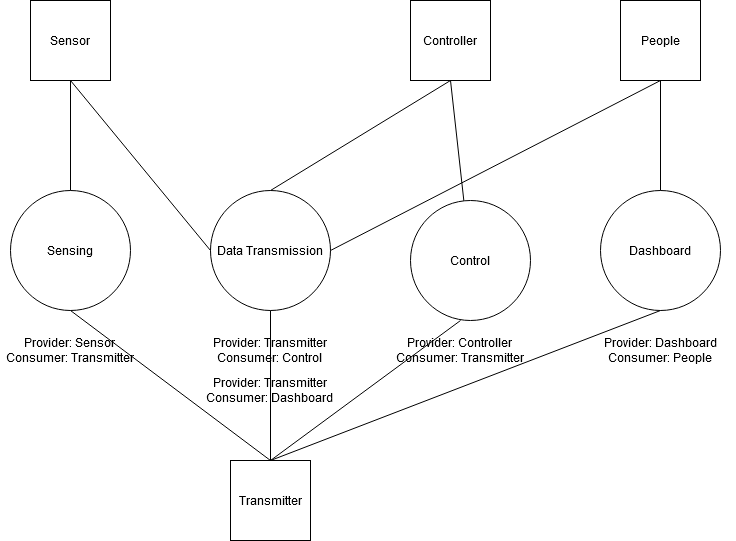
Above: Untitled Diagram.png in shadow17t/matkul_pabo (draw.io), before the change. Source tidied: cells renumbered, new cells last; positions are measured from the earlier drawing's top-left corner, leaving out a move shared by most shapes.
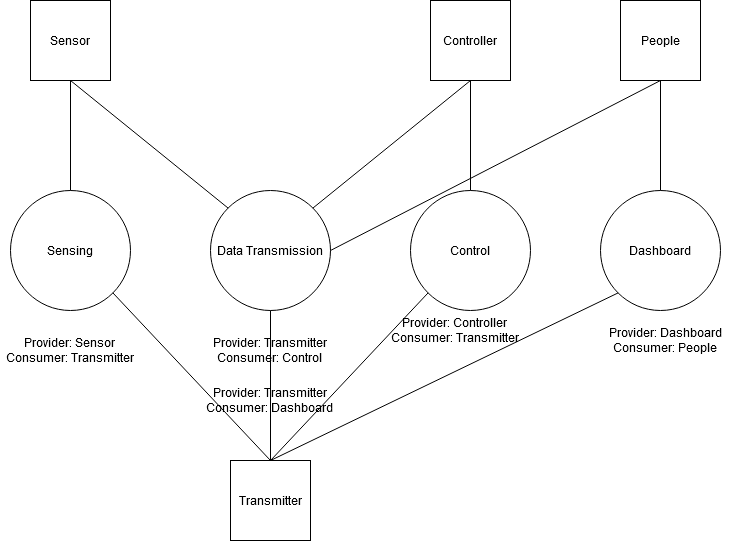
After the change.

The edit, as a diff of the source:
```diff
@@ -6,7 +6,7 @@
       <mxGeometry x="10" y="190" width="120" height="120" as="geometry" />
     </mxCell>
     <mxCell id="3" value="Control" style="ellipse;whiteSpace=wrap;html=1;" parent="1" vertex="1">
-      <mxGeometry x="410" y="200" width="120" height="120" as="geometry" />
+      <mxGeometry x="410" y="190" width="120" height="120" as="geometry" />
     </mxCell>
     <mxCell id="4" value="Dashboard" style="ellipse;whiteSpace=wrap;html=1;" parent="1" vertex="1">
       <mxGeometry x="600" y="190" width="120" height="120" as="geometry" />
@@ -21,13 +21,13 @@
       <mxGeometry x="205" y="340" width="130" height="20" as="geometry" />
     </mxCell>
     <mxCell id="8" value="&lt;div&gt;Provider: Controller&lt;/div&gt;&lt;div&gt;Consumer: Transmitter&lt;br&gt;&lt;/div&gt;" style="text;html=1;strokeColor=none;fillColor=none;align=center;verticalAlign=middle;whiteSpace=wrap;rounded=0;" parent="1" vertex="1">
-      <mxGeometry x="385" y="340" width="150" height="20" as="geometry" />
+      <mxGeometry x="380" y="320" width="150" height="20" as="geometry" />
     </mxCell>
     <mxCell id="9" value="&lt;div&gt;Provider: Dashboard&lt;/div&gt;&lt;div&gt;Consumer: People&lt;br&gt;&lt;/div&gt;" style="text;html=1;strokeColor=none;fillColor=none;align=center;verticalAlign=middle;whiteSpace=wrap;rounded=0;" parent="1" vertex="1">
-      <mxGeometry x="585" y="340" width="150" height="20" as="geometry" />
+      <mxGeometry x="590" y="330" width="150" height="20" as="geometry" />
     </mxCell>
     <mxCell id="10" value="Controller" style="whiteSpace=wrap;html=1;" parent="1" vertex="1">
-      <mxGeometry x="410" width="80" height="80" as="geometry" />
+      <mxGeometry x="430" width="80" height="80" as="geometry" />
     </mxCell>
     <mxCell id="11" value="Sensor" style="whiteSpace=wrap;html=1;" parent="1" vertex="1">
       <mxGeometry x="30" width="80" height="80" as="geometry" />
@@ -41,7 +41,7 @@
     <mxCell id="14" style="endArrow=none;html=1;entryX=0.5;entryY=1;entryDx=0;entryDy=0;exitX=0.5;exitY=0;exitDx=0;exitDy=0;" parent="1" edge="1" source="2" target="11">
       <mxGeometry relative="1" as="geometry" />
     </mxCell>
-    <mxCell id="15" style="endArrow=none;html=1;entryX=0.5;entryY=1;entryDx=0;entryDy=0;exitX=0.5;exitY=0;exitDx=0;exitDy=0;" parent="1" edge="1" source="5" target="10">
+    <mxCell id="15" style="endArrow=none;html=1;entryX=0.5;entryY=1;entryDx=0;entryDy=0;exitX=1;exitY=0;exitDx=0;exitDy=0;" parent="1" edge="1" source="5" target="10">
       <mxGeometry relative="1" as="geometry" />
     </mxCell>
     <mxCell id="16" style="endArrow=none;html=1;entryX=0.5;entryY=1;entryDx=0;entryDy=0;" parent="1" edge="1" source="3" target="10">
@@ -51,12 +51,12 @@
       <mxGeometry relative="1" as="geometry" />
     </mxCell>
     <mxCell id="18" value="&lt;div&gt;Provider: Transmitter&lt;/div&gt;&lt;div&gt;Consumer: Dashboard&lt;br&gt;&lt;/div&gt;" style="text;html=1;strokeColor=none;fillColor=none;align=center;verticalAlign=middle;whiteSpace=wrap;rounded=0;" parent="1" vertex="1">
-      <mxGeometry x="195" y="380" width="150" height="20" as="geometry" />
+      <mxGeometry x="195" y="390" width="150" height="20" as="geometry" />
     </mxCell>
     <mxCell id="19" value="Transmitter" style="whiteSpace=wrap;html=1;" parent="1" vertex="1">
       <mxGeometry x="230" y="460" width="80" height="80" as="geometry" />
     </mxCell>
-    <mxCell id="20" style="endArrow=none;html=1;exitX=0;exitY=0.5;exitDx=0;exitDy=0;entryX=0.5;entryY=1;entryDx=0;entryDy=0;" parent="1" edge="1" source="5" target="11">
+    <mxCell id="20" style="endArrow=none;html=1;exitX=0;exitY=0;exitDx=0;exitDy=0;entryX=0.5;entryY=1;entryDx=0;entryDy=0;" parent="1" edge="1" source="5" target="11">
       <mxGeometry relative="1" as="geometry" />
     </mxCell>
     <mxCell id="21" style="endArrow=none;html=1;entryX=0.5;entryY=1;entryDx=0;entryDy=0;" parent="1" edge="1" target="12">
@@ -64,15 +64,15 @@
         <mxPoint x="330" y="250" as="sourcePoint" />
       </mxGeometry>
     </mxCell>
-    <mxCell id="22" style="endArrow=none;html=1;exitX=0.5;exitY=1;exitDx=0;exitDy=0;" parent="1" edge="1" source="2">
+    <mxCell id="22" style="endArrow=none;html=1;exitX=1;exitY=1;exitDx=0;exitDy=0;" parent="1" edge="1" source="2">
       <mxGeometry relative="1" as="geometry">
         <mxPoint x="270" y="460" as="targetPoint" />
       </mxGeometry>
     </mxCell>
-    <mxCell id="23" style="endArrow=none;html=1;exitX=0.417;exitY=1;exitDx=0;exitDy=0;exitPerimeter=0;entryX=0.5;entryY=0;entryDx=0;entryDy=0;" parent="1" edge="1" source="3" target="19">
+    <mxCell id="23" style="endArrow=none;html=1;exitX=0;exitY=1;exitDx=0;exitDy=0;entryX=0.5;entryY=0;entryDx=0;entryDy=0;" parent="1" edge="1" source="3" target="19">
       <mxGeometry relative="1" as="geometry" />
     </mxCell>
-    <mxCell id="24" style="endArrow=none;html=1;exitX=0.5;exitY=1;exitDx=0;exitDy=0;entryX=0.5;entryY=0;entryDx=0;entryDy=0;" parent="1" edge="1" source="4" target="19">
+    <mxCell id="24" style="endArrow=none;html=1;exitX=0;exitY=1;exitDx=0;exitDy=0;entryX=0.5;entryY=0;entryDx=0;entryDy=0;" parent="1" edge="1" source="4" target="19">
       <mxGeometry relative="1" as="geometry" />
     </mxCell>
   </root>
```
